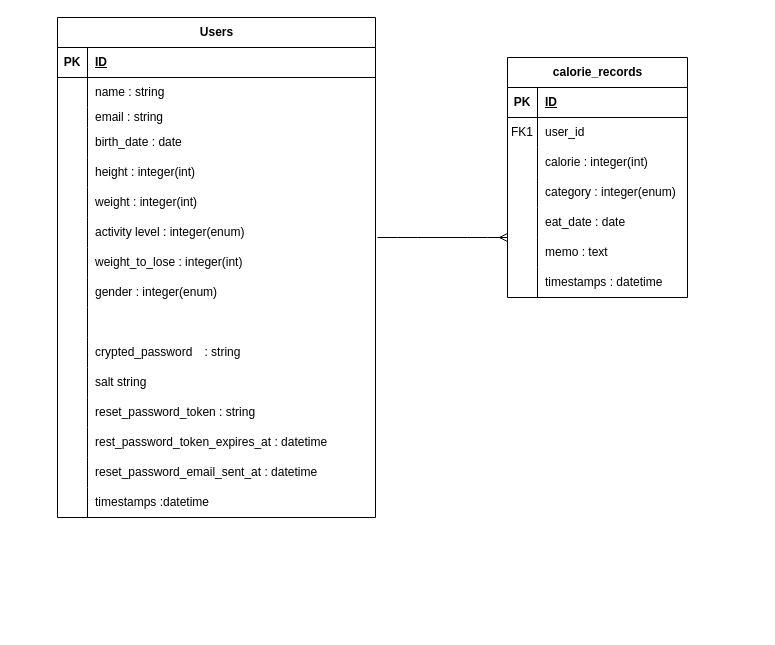
The draw.io diagram ER.dio in ko7201/calorie_bank_app, before the edit. Source tidied: cells renumbered, new cells numbered last; positions are measured from the earlier drawing's top-left corner, leaving out a move shared by most shapes. Both pictures are drawn from the tidied source at 100%, with x=0, y=0 at pixel (57, 17).
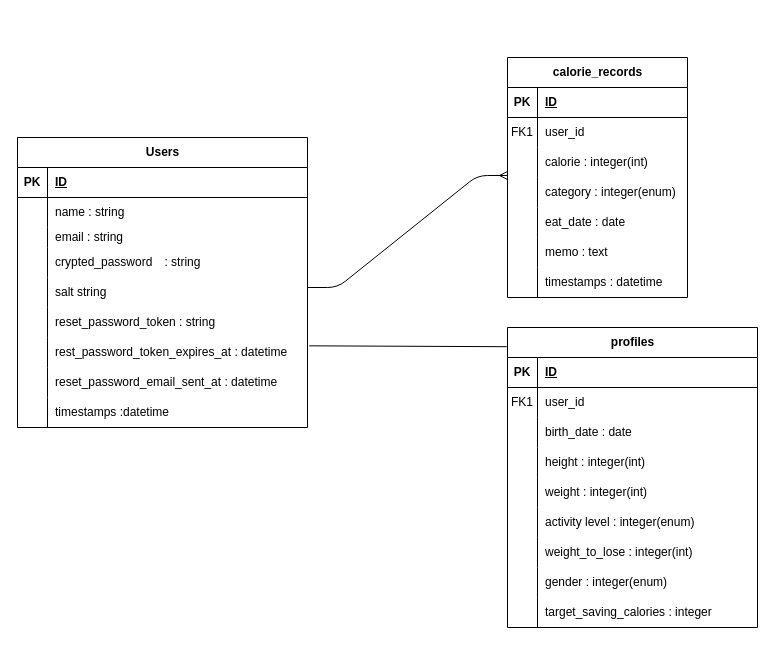
The same page after the edit.

Commit message (it also covers changes not shown here):
READMEにER図を追記_2

The change refers to these unchanged cells:
```xml
<mxCell id="61" style="shape=tableRow;horizontal=0;startSize=0;swimlaneHead=0;swimlaneBody=0;fillColor=none;points=[[0,0.5],[1,0.5]];portConstraint=eastwest;top=0;left=0;right=0;bottom=0;" parent="51" vertex="1">
  <mxGeometry y="120" width="180" height="30" as="geometry" />
</mxCell>
```

What changed in the source:
```diff
@@
     <mxCell id="2" value="Users" style="shape=table;startSize=30;childLayout=tableLayout;rowLines=0;fontStyle=1;align=center;html=1;" parent="1" vertex="1">
-      <mxGeometry width="318" height="500" as="geometry" />
+      <mxGeometry x="-40" y="120" width="290" height="290" as="geometry" />
     </mxCell>
     <mxCell id="3" style="shape=tableRow;horizontal=0;startSize=0;swimlaneHead=0;swimlaneBody=0;fillColor=none;top=0;left=0;right=0;bottom=1;" parent="2" vertex="1">
-      <mxGeometry y="30" width="318" height="30" as="geometry" />
+      <mxGeometry y="30" width="290" height="30" as="geometry" />
     </mxCell>
@@
     <mxCell id="5" value="ID" style="shape=partialRectangle;fillColor=none;top=0;left=0;bottom=0;right=0;align=left;spacingLeft=6;fontStyle=5;overflow=hidden;whiteSpace=wrap;html=1;" parent="3" vertex="1">
-      <mxGeometry x="30" width="288" height="30" as="geometry" />
+      <mxGeometry x="30" width="260" height="30" as="geometry" />
     </mxCell>
     <mxCell id="6" style="shape=tableRow;horizontal=0;startSize=0;swimlaneHead=0;swimlaneBody=0;fillColor=none;top=0;left=0;right=0;bottom=0;" parent="2" vertex="1">
-      <mxGeometry y="60" width="318" height="30" as="geometry" />
+      <mxGeometry y="60" width="290" height="30" as="geometry" />
     </mxCell>
@@
     <mxCell id="8" value="name : string" style="shape=partialRectangle;fillColor=none;top=0;left=0;bottom=0;right=0;align=left;spacingLeft=6;overflow=hidden;whiteSpace=wrap;html=1;" parent="6" vertex="1">
-      <mxGeometry x="30" width="288" height="30" as="geometry" />
+      <mxGeometry x="30" width="260" height="30" as="geometry" />
     </mxCell>
     <mxCell id="9" style="shape=tableRow;horizontal=0;startSize=0;swimlaneHead=0;swimlaneBody=0;fillColor=none;top=0;left=0;right=0;bottom=0;" parent="2" vertex="1">
-      <mxGeometry y="90" width="318" height="20" as="geometry" />
+      <mxGeometry y="90" width="290" height="20" as="geometry" />
     </mxCell>
@@
     <mxCell id="11" value="email : string" style="shape=partialRectangle;fillColor=none;top=0;left=0;bottom=0;right=0;align=left;spacingLeft=6;overflow=hidden;whiteSpace=wrap;html=1;" parent="9" vertex="1">
-      <mxGeometry x="30" width="288" height="20" as="geometry" />
+      <mxGeometry x="30" width="260" height="20" as="geometry" />
     </mxCell>
-    <mxCell id="12" style="shape=tableRow;horizontal=0;startSize=0;swimlaneHead=0;swimlaneBody=0;fillColor=none;top=0;left=0;right=0;bottom=0;" parent="2" vertex="1">
-      <mxGeometry y="110" width="318" height="30" as="geometry" />
-    </mxCell>
-    <mxCell id="13" style="shape=partialRectangle;fillColor=none;top=0;left=0;bottom=0;right=0;overflow=hidden;whiteSpace=wrap;html=1;" parent="12" vertex="1">
-      <mxGeometry width="30" height="30" as="geometry" />
-    </mxCell>
-    <mxCell id="14" value="birth_date : date" style="shape=partialRectangle;fillColor=none;top=0;left=0;bottom=0;right=0;align=left;spacingLeft=6;overflow=hidden;whiteSpace=wrap;html=1;" parent="12" vertex="1">
-      <mxGeometry x="30" width="288" height="30" as="geometry" />
-    </mxCell>
-    <mxCell id="15" style="shape=tableRow;horizontal=0;startSize=0;swimlaneHead=0;swimlaneBody=0;fillColor=none;top=0;left=0;right=0;bottom=0;" parent="2" vertex="1">
-      <mxGeometry y="140" width="318" height="30" as="geometry" />
-    </mxCell>
-    <mxCell id="16" style="shape=partialRectangle;fillColor=none;top=0;left=0;bottom=0;right=0;overflow=hidden;whiteSpace=wrap;html=1;" parent="15" vertex="1">
-      <mxGeometry width="30" height="30" as="geometry" />
-    </mxCell>
-    <mxCell id="17" value="height : integer(int)" style="shape=partialRectangle;fillColor=none;top=0;left=0;bottom=0;right=0;align=left;spacingLeft=6;overflow=hidden;whiteSpace=wrap;html=1;" parent="15" vertex="1">
-      <mxGeometry x="30" width="288" height="30" as="geometry" />
-    </mxCell>
-    <mxCell id="18" style="shape=tableRow;horizontal=0;startSize=0;swimlaneHead=0;swimlaneBody=0;fillColor=none;top=0;left=0;right=0;bottom=0;" parent="2" vertex="1">
-      <mxGeometry y="170" width="318" height="30" as="geometry" />
-    </mxCell>
-    <mxCell id="19" style="shape=partialRectangle;fillColor=none;top=0;left=0;bottom=0;right=0;overflow=hidden;whiteSpace=wrap;html=1;" parent="18" vertex="1">
-      <mxGeometry width="30" height="30" as="geometry" />
-    </mxCell>
-    <mxCell id="20" value="weight : integer(int)" style="shape=partialRectangle;fillColor=none;top=0;left=0;bottom=0;right=0;align=left;spacingLeft=6;overflow=hidden;whiteSpace=wrap;html=1;" parent="18" vertex="1">
-      <mxGeometry x="30" width="288" height="30" as="geometry" />
-    </mxCell>
-    <mxCell id="21" style="shape=tableRow;horizontal=0;startSize=0;swimlaneHead=0;swimlaneBody=0;fillColor=none;top=0;left=0;right=0;bottom=0;" parent="2" vertex="1">
-      <mxGeometry y="200" width="318" height="30" as="geometry" />
-    </mxCell>
-    <mxCell id="22" style="shape=partialRectangle;fillColor=none;top=0;left=0;bottom=0;right=0;overflow=hidden;whiteSpace=wrap;html=1;" parent="21" vertex="1">
-      <mxGeometry width="30" height="30" as="geometry" />
-    </mxCell>
-    <mxCell id="23" value="activity level : integer(enum)" style="shape=partialRectangle;fillColor=none;top=0;left=0;bottom=0;right=0;align=left;spacingLeft=6;overflow=hidden;whiteSpace=wrap;html=1;" parent="21" vertex="1">
-      <mxGeometry x="30" width="288" height="30" as="geometry" />
-    </mxCell>
-    <mxCell id="24" style="shape=tableRow;horizontal=0;startSize=0;swimlaneHead=0;swimlaneBody=0;fillColor=none;top=0;left=0;right=0;bottom=0;" parent="2" vertex="1">
-      <mxGeometry y="230" width="318" height="30" as="geometry" />
-    </mxCell>
-    <mxCell id="25" style="shape=partialRectangle;fillColor=none;top=0;left=0;bottom=0;right=0;overflow=hidden;whiteSpace=wrap;html=1;" parent="24" vertex="1">
-      <mxGeometry width="30" height="30" as="geometry" />
-    </mxCell>
-    <mxCell id="26" value="weight_to_lose : integer(int)" style="shape=partialRectangle;fillColor=none;top=0;left=0;bottom=0;right=0;align=left;spacingLeft=6;overflow=hidden;whiteSpace=wrap;html=1;" parent="24" vertex="1">
-      <mxGeometry x="30" width="288" height="30" as="geometry" />
-    </mxCell>
-    <mxCell id="27" style="shape=tableRow;horizontal=0;startSize=0;swimlaneHead=0;swimlaneBody=0;fillColor=none;top=0;left=0;right=0;bottom=0;" parent="2" vertex="1">
-      <mxGeometry y="260" width="318" height="30" as="geometry" />
-    </mxCell>
-    <mxCell id="28" style="shape=partialRectangle;fillColor=none;top=0;left=0;bottom=0;right=0;overflow=hidden;whiteSpace=wrap;html=1;" parent="27" vertex="1">
-      <mxGeometry width="30" height="30" as="geometry" />
-    </mxCell>
-    <mxCell id="29" value="gender : integer(enum)" style="shape=partialRectangle;fillColor=none;top=0;left=0;bottom=0;right=0;align=left;spacingLeft=6;overflow=hidden;whiteSpace=wrap;html=1;" parent="27" vertex="1">
-      <mxGeometry x="30" width="288" height="30" as="geometry" />
-    </mxCell>
-    <mxCell id="30" style="shape=tableRow;horizontal=0;startSize=0;swimlaneHead=0;swimlaneBody=0;fillColor=none;top=0;left=0;right=0;bottom=0;" parent="2" vertex="1">
-      <mxGeometry y="290" width="318" height="30" as="geometry" />
-    </mxCell>
-    <mxCell id="31" style="shape=partialRectangle;fillColor=none;top=0;left=0;bottom=0;right=0;overflow=hidden;whiteSpace=wrap;html=1;" parent="30" vertex="1">
-      <mxGeometry width="30" height="30" as="geometry" />
-    </mxCell>
-    <mxCell id="32" style="shape=partialRectangle;fillColor=none;top=0;left=0;bottom=0;right=0;align=left;spacingLeft=6;overflow=hidden;whiteSpace=wrap;html=1;" parent="30" vertex="1">
-      <mxGeometry x="30" width="288" height="30" as="geometry" />
-    </mxCell>
     <mxCell id="33" style="shape=tableRow;horizontal=0;startSize=0;swimlaneHead=0;swimlaneBody=0;fillColor=none;top=0;left=0;right=0;bottom=0;" parent="2" vertex="1">
-      <mxGeometry y="320" width="318" height="30" as="geometry" />
+      <mxGeometry y="110" width="290" height="30" as="geometry" />
     </mxCell>
@@
     <mxCell id="35" value="crypted_password　: string" style="shape=partialRectangle;fillColor=none;top=0;left=0;bottom=0;right=0;align=left;spacingLeft=6;overflow=hidden;whiteSpace=wrap;html=1;" parent="33" vertex="1">
-      <mxGeometry x="30" width="288" height="30" as="geometry" />
+      <mxGeometry x="30" width="260" height="30" as="geometry" />
     </mxCell>
     <mxCell id="36" style="shape=tableRow;horizontal=0;startSize=0;swimlaneHead=0;swimlaneBody=0;fillColor=none;top=0;left=0;right=0;bottom=0;" parent="2" vertex="1">
-      <mxGeometry y="350" width="318" height="30" as="geometry" />
+      <mxGeometry y="140" width="290" height="30" as="geometry" />
     </mxCell>
@@
     <mxCell id="38" value="salt string" style="shape=partialRectangle;fillColor=none;top=0;left=0;bottom=0;right=0;align=left;spacingLeft=6;overflow=hidden;whiteSpace=wrap;html=1;" parent="36" vertex="1">
-      <mxGeometry x="30" width="288" height="30" as="geometry" />
+      <mxGeometry x="30" width="260" height="30" as="geometry" />
     </mxCell>
     <mxCell id="39" style="shape=tableRow;horizontal=0;startSize=0;swimlaneHead=0;swimlaneBody=0;fillColor=none;top=0;left=0;right=0;bottom=0;" parent="2" vertex="1">
-      <mxGeometry y="380" width="318" height="30" as="geometry" />
+      <mxGeometry y="170" width="290" height="30" as="geometry" />
     </mxCell>
@@
     <mxCell id="41" value="reset_password_token : string" style="shape=partialRectangle;fillColor=none;top=0;left=0;bottom=0;right=0;align=left;spacingLeft=6;overflow=hidden;whiteSpace=wrap;html=1;" parent="39" vertex="1">
-      <mxGeometry x="30" width="288" height="30" as="geometry" />
+      <mxGeometry x="30" width="260" height="30" as="geometry" />
     </mxCell>
     <mxCell id="42" style="shape=tableRow;horizontal=0;startSize=0;swimlaneHead=0;swimlaneBody=0;fillColor=none;points=[[0,0.5],[1,0.5]];portConstraint=eastwest;top=0;left=0;right=0;bottom=0;" parent="2" vertex="1">
-      <mxGeometry y="410" width="318" height="30" as="geometry" />
+      <mxGeometry y="200" width="290" height="30" as="geometry" />
     </mxCell>
@@
     <mxCell id="44" value="rest_password_token_expires_at : datetime" style="shape=partialRectangle;fillColor=none;top=0;left=0;bottom=0;right=0;align=left;spacingLeft=6;overflow=hidden;whiteSpace=wrap;html=1;" parent="42" vertex="1">
-      <mxGeometry x="30" width="288" height="30" as="geometry" />
+      <mxGeometry x="30" width="260" height="30" as="geometry" />
     </mxCell>
     <mxCell id="45" style="shape=tableRow;horizontal=0;startSize=0;swimlaneHead=0;swimlaneBody=0;fillColor=none;top=0;left=0;right=0;bottom=0;" parent="2" vertex="1">
-      <mxGeometry y="440" width="318" height="30" as="geometry" />
+      <mxGeometry y="230" width="290" height="30" as="geometry" />
     </mxCell>
@@
     <mxCell id="47" value="reset_password_email_sent_at : datetime" style="shape=partialRectangle;fillColor=none;top=0;left=0;bottom=0;right=0;align=left;spacingLeft=6;overflow=hidden;whiteSpace=wrap;html=1;" parent="45" vertex="1">
-      <mxGeometry x="30" width="288" height="30" as="geometry" />
+      <mxGeometry x="30" width="260" height="30" as="geometry" />
     </mxCell>
     <mxCell id="48" style="shape=tableRow;horizontal=0;startSize=0;swimlaneHead=0;swimlaneBody=0;fillColor=none;top=0;left=0;right=0;bottom=0;" parent="2" vertex="1">
-      <mxGeometry y="470" width="318" height="30" as="geometry" />
+      <mxGeometry y="260" width="290" height="30" as="geometry" />
     </mxCell>
@@
     <mxCell id="50" value="timestamps :datetime" style="shape=partialRectangle;fillColor=none;top=0;left=0;bottom=0;right=0;align=left;spacingLeft=6;overflow=hidden;whiteSpace=wrap;html=1;" parent="48" vertex="1">
-      <mxGeometry x="30" width="288" height="30" as="geometry" />
+      <mxGeometry x="30" width="260" height="30" as="geometry" />
     </mxCell>
@@
-    <mxCell id="73" style="edgeStyle=entityRelationEdgeStyle;fontSize=12;html=1;endArrow=ERmany;" parent="1" edge="1">
+    <mxCell id="73" style="edgeStyle=entityRelationEdgeStyle;fontSize=12;html=1;endArrow=ERmany;entryX=0;entryY=-0.067;entryDx=0;entryDy=0;entryPerimeter=0;" parent="1" edge="1" target="61">
       <mxGeometry relative="1" as="geometry">
-        <mxPoint x="320" y="220" as="sourcePoint" />
-        <mxPoint x="450" y="220" as="targetPoint" />
+        <mxPoint x="250" y="270" as="sourcePoint" />
       </mxGeometry>
     </mxCell>
+    <mxCell id="74" value="profiles" style="shape=table;startSize=30;childLayout=tableLayout;rowLines=0;fontStyle=1;align=center;html=1;" parent="1" vertex="1">
+      <mxGeometry x="450" y="310" width="250" height="300" as="geometry" />
+    </mxCell>
+    <mxCell id="75" style="shape=tableRow;horizontal=0;startSize=0;swimlaneHead=0;swimlaneBody=0;fillColor=none;top=0;left=0;right=0;bottom=1;" parent="74" vertex="1">
+      <mxGeometry y="30" width="250" height="30" as="geometry" />
+    </mxCell>
+    <mxCell id="76" value="PK" style="shape=partialRectangle;fillColor=none;top=0;left=0;bottom=0;right=0;fontStyle=1;overflow=hidden;whiteSpace=wrap;html=1;" parent="75" vertex="1">
+      <mxGeometry width="30" height="30" as="geometry" />
+    </mxCell>
+    <mxCell id="77" value="ID" style="shape=partialRectangle;fillColor=none;top=0;left=0;bottom=0;right=0;align=left;spacingLeft=6;fontStyle=5;overflow=hidden;whiteSpace=wrap;html=1;" parent="75" vertex="1">
+      <mxGeometry x="30" width="220" height="30" as="geometry" />
+    </mxCell>
+    <mxCell id="78" style="shape=tableRow;horizontal=0;startSize=0;swimlaneHead=0;swimlaneBody=0;fillColor=none;top=0;left=0;right=0;bottom=0;" parent="74" vertex="1">
+      <mxGeometry y="60" width="250" height="30" as="geometry" />
+    </mxCell>
+    <mxCell id="79" value="FK1" style="shape=partialRectangle;fillColor=none;top=0;left=0;bottom=0;right=0;overflow=hidden;whiteSpace=wrap;html=1;" parent="78" vertex="1">
+      <mxGeometry width="30" height="30" as="geometry" />
+    </mxCell>
+    <mxCell id="80" value="user_id" style="shape=partialRectangle;fillColor=none;top=0;left=0;bottom=0;right=0;align=left;spacingLeft=6;overflow=hidden;whiteSpace=wrap;html=1;" parent="78" vertex="1">
+      <mxGeometry x="30" width="220" height="30" as="geometry" />
+    </mxCell>
+    <mxCell id="81" style="shape=tableRow;horizontal=0;startSize=0;swimlaneHead=0;swimlaneBody=0;fillColor=none;top=0;left=0;right=0;bottom=0;" parent="74" vertex="1">
+      <mxGeometry y="90" width="250" height="30" as="geometry" />
+    </mxCell>
+    <mxCell id="82" style="shape=partialRectangle;fillColor=none;top=0;left=0;bottom=0;right=0;overflow=hidden;whiteSpace=wrap;html=1;" parent="81" vertex="1">
+      <mxGeometry width="30" height="30" as="geometry" />
+    </mxCell>
+    <mxCell id="14" value="&lt;span style=&quot;color: rgb(0, 0, 0);&quot;&gt;birth_date : date&lt;/span&gt;" style="shape=partialRectangle;fillColor=none;top=0;left=0;bottom=0;right=0;align=left;spacingLeft=6;overflow=hidden;whiteSpace=wrap;html=1;" parent="81" vertex="1">
+      <mxGeometry x="30" width="220" height="30" as="geometry" />
+    </mxCell>
+    <mxCell id="83" style="shape=tableRow;horizontal=0;startSize=0;swimlaneHead=0;swimlaneBody=0;fillColor=none;top=0;left=0;right=0;bottom=0;" parent="74" vertex="1">
+      <mxGeometry y="120" width="250" height="30" as="geometry" />
+    </mxCell>
+    <mxCell id="84" style="shape=partialRectangle;fillColor=none;top=0;left=0;bottom=0;right=0;overflow=hidden;whiteSpace=wrap;html=1;" parent="83" vertex="1">
+      <mxGeometry width="30" height="30" as="geometry" />
+    </mxCell>
+    <mxCell id="17" value="&lt;span style=&quot;color: rgb(0, 0, 0);&quot;&gt;height : integer(int)&lt;/span&gt;" style="shape=partialRectangle;fillColor=none;top=0;left=0;bottom=0;right=0;align=left;spacingLeft=6;overflow=hidden;whiteSpace=wrap;html=1;" parent="83" vertex="1">
+      <mxGeometry x="30" width="220" height="30" as="geometry" />
+    </mxCell>
+    <mxCell id="85" style="shape=tableRow;horizontal=0;startSize=0;swimlaneHead=0;swimlaneBody=0;fillColor=none;top=0;left=0;right=0;bottom=0;" parent="74" vertex="1">
+      <mxGeometry y="150" width="250" height="30" as="geometry" />
+    </mxCell>
+    <mxCell id="86" style="shape=partialRectangle;fillColor=none;top=0;left=0;bottom=0;right=0;overflow=hidden;whiteSpace=wrap;html=1;" parent="85" vertex="1">
+      <mxGeometry width="30" height="30" as="geometry" />
+    </mxCell>
+    <mxCell id="20" value="&lt;span style=&quot;color: rgb(0, 0, 0);&quot;&gt;weight : integer(int)&lt;/span&gt;" style="shape=partialRectangle;fillColor=none;top=0;left=0;bottom=0;right=0;align=left;spacingLeft=6;overflow=hidden;whiteSpace=wrap;html=1;" parent="85" vertex="1">
+      <mxGeometry x="30" width="220" height="30" as="geometry" />
+    </mxCell>
+    <mxCell id="87" style="shape=tableRow;horizontal=0;startSize=0;swimlaneHead=0;swimlaneBody=0;fillColor=none;top=0;left=0;right=0;bottom=0;" parent="74" vertex="1">
+      <mxGeometry y="180" width="250" height="30" as="geometry" />
+    </mxCell>
+    <mxCell id="88" style="shape=partialRectangle;fillColor=none;top=0;left=0;bottom=0;right=0;overflow=hidden;whiteSpace=wrap;html=1;" parent="87" vertex="1">
+      <mxGeometry width="30" height="30" as="geometry" />
+    </mxCell>
+    <mxCell id="23" value="&lt;span style=&quot;color: rgb(0, 0, 0);&quot;&gt;activity level : integer(enum)&lt;/span&gt;" style="shape=partialRectangle;fillColor=none;top=0;left=0;bottom=0;right=0;align=left;spacingLeft=6;overflow=hidden;whiteSpace=wrap;html=1;" parent="87" vertex="1">
+      <mxGeometry x="30" width="220" height="30" as="geometry" />
+    </mxCell>
+    <mxCell id="89" style="shape=tableRow;horizontal=0;startSize=0;swimlaneHead=0;swimlaneBody=0;fillColor=none;top=0;left=0;right=0;bottom=0;" parent="74" vertex="1">
+      <mxGeometry y="210" width="250" height="30" as="geometry" />
+    </mxCell>
+    <mxCell id="90" style="shape=partialRectangle;fillColor=none;top=0;left=0;bottom=0;right=0;overflow=hidden;whiteSpace=wrap;html=1;" parent="89" vertex="1">
+      <mxGeometry width="30" height="30" as="geometry" />
+    </mxCell>
+    <mxCell id="26" value="&lt;span style=&quot;color: rgb(0, 0, 0);&quot;&gt;weight_to_lose : integer(int)&lt;/span&gt;" style="shape=partialRectangle;fillColor=none;top=0;left=0;bottom=0;right=0;align=left;spacingLeft=6;overflow=hidden;whiteSpace=wrap;html=1;" parent="89" vertex="1">
+      <mxGeometry x="30" width="220" height="30" as="geometry" />
+    </mxCell>
+    <mxCell id="91" style="shape=tableRow;horizontal=0;startSize=0;swimlaneHead=0;swimlaneBody=0;fillColor=none;top=0;left=0;right=0;bottom=0;" parent="74" vertex="1">
+      <mxGeometry y="240" width="250" height="30" as="geometry" />
+    </mxCell>
+    <mxCell id="92" style="shape=partialRectangle;fillColor=none;top=0;left=0;bottom=0;right=0;overflow=hidden;whiteSpace=wrap;html=1;" parent="91" vertex="1">
+      <mxGeometry width="30" height="30" as="geometry" />
+    </mxCell>
+    <mxCell id="29" value="&lt;span style=&quot;color: rgb(0, 0, 0);&quot;&gt;gender : integer(enum)&lt;/span&gt;" style="shape=partialRectangle;fillColor=none;top=0;left=0;bottom=0;right=0;align=left;spacingLeft=6;overflow=hidden;whiteSpace=wrap;html=1;" parent="91" vertex="1">
+      <mxGeometry x="30" width="220" height="30" as="geometry" />
+    </mxCell>
+    <mxCell id="93" style="shape=tableRow;horizontal=0;startSize=0;swimlaneHead=0;swimlaneBody=0;fillColor=none;top=0;left=0;right=0;bottom=0;" parent="74" vertex="1">
+      <mxGeometry y="270" width="250" height="30" as="geometry" />
+    </mxCell>
+    <mxCell id="94" style="shape=partialRectangle;fillColor=none;top=0;left=0;bottom=0;right=0;overflow=hidden;whiteSpace=wrap;html=1;" parent="93" vertex="1">
+      <mxGeometry width="30" height="30" as="geometry" />
+    </mxCell>
+    <mxCell id="95" value="target_saving_calories : integer" style="shape=partialRectangle;fillColor=none;top=0;left=0;bottom=0;right=0;align=left;spacingLeft=6;overflow=hidden;whiteSpace=wrap;html=1;" parent="93" vertex="1">
+      <mxGeometry x="30" width="220" height="30" as="geometry" />
+    </mxCell>
+    <mxCell id="96" style="endArrow=none;html=1;rounded=0;exitX=1.006;exitY=0.278;exitDx=0;exitDy=0;exitPerimeter=0;entryX=-0.003;entryY=0.064;entryDx=0;entryDy=0;entryPerimeter=0;" parent="1" edge="1" source="42" target="74">
+      <mxGeometry relative="1" as="geometry" />
+    </mxCell>
```
